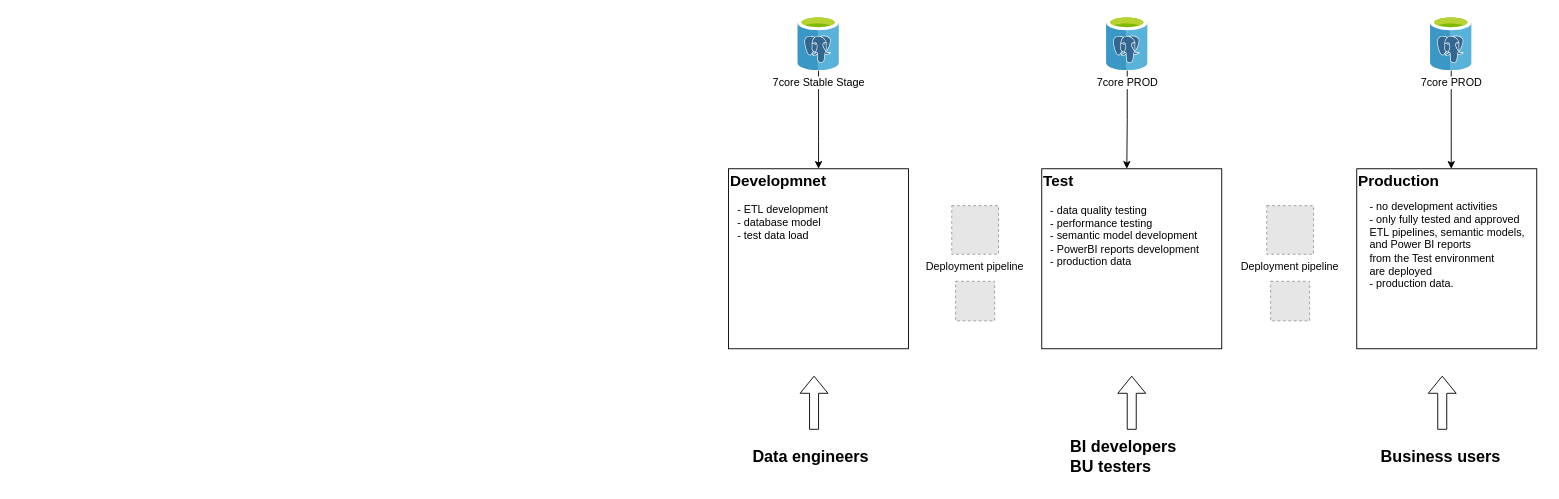
Above: page "Enwironments" (4 of 4) of TARGETTY_architecture.drawio in lhlavac/Architecture (draw.io), before the change. Source tidied: cells renumbered, new cells numbered last; positions are measured from the earlier drawing's top-left corner, leaving out a move shared by most shapes. Both pictures are drawn from the tidied source at 90%, with x=0, y=0 at pixel (724, 15). Pictures stored in the file or linked from it are replaced by grey dashed boxes.
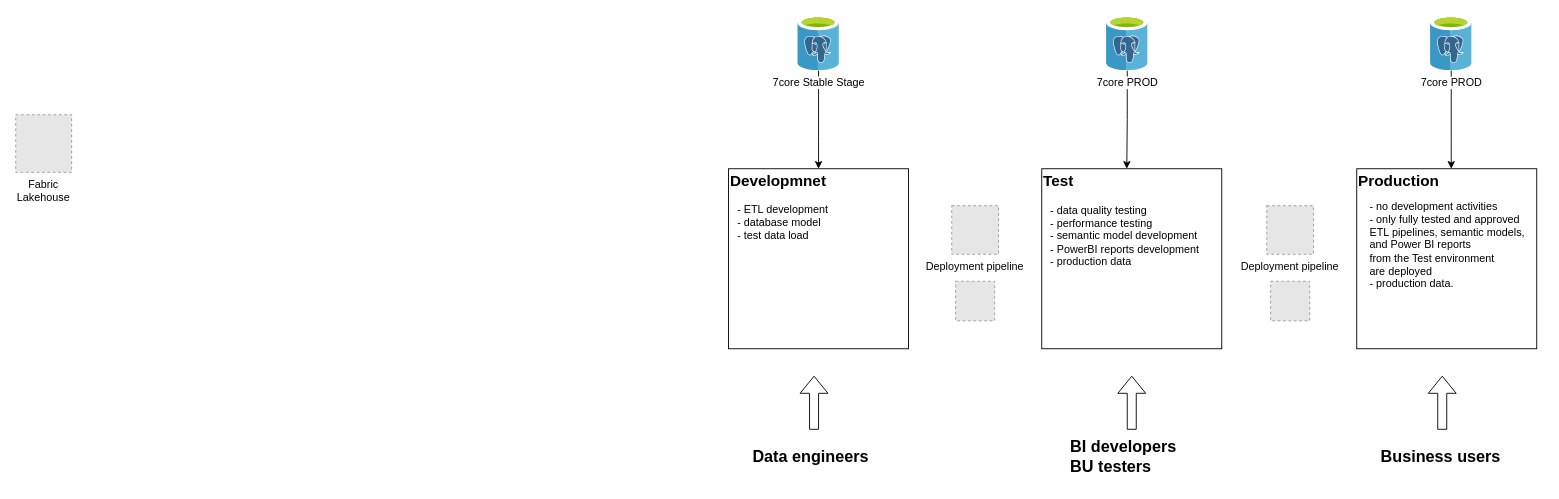
Above is the later version.

Diff of the diagram source:
```diff
@@
+    <mxCell id="27" value="Fabric&#10;Lakehouse" style="fillColor=#E6E6E6;strokeColor=#999999;dashed=1;verticalLabelPosition=bottom;verticalAlign=top;" parent="1" vertex="1">
+      <mxGeometry x="-787" y="110" width="62.1" height="64" as="geometry" />
+    </mxCell>
```
